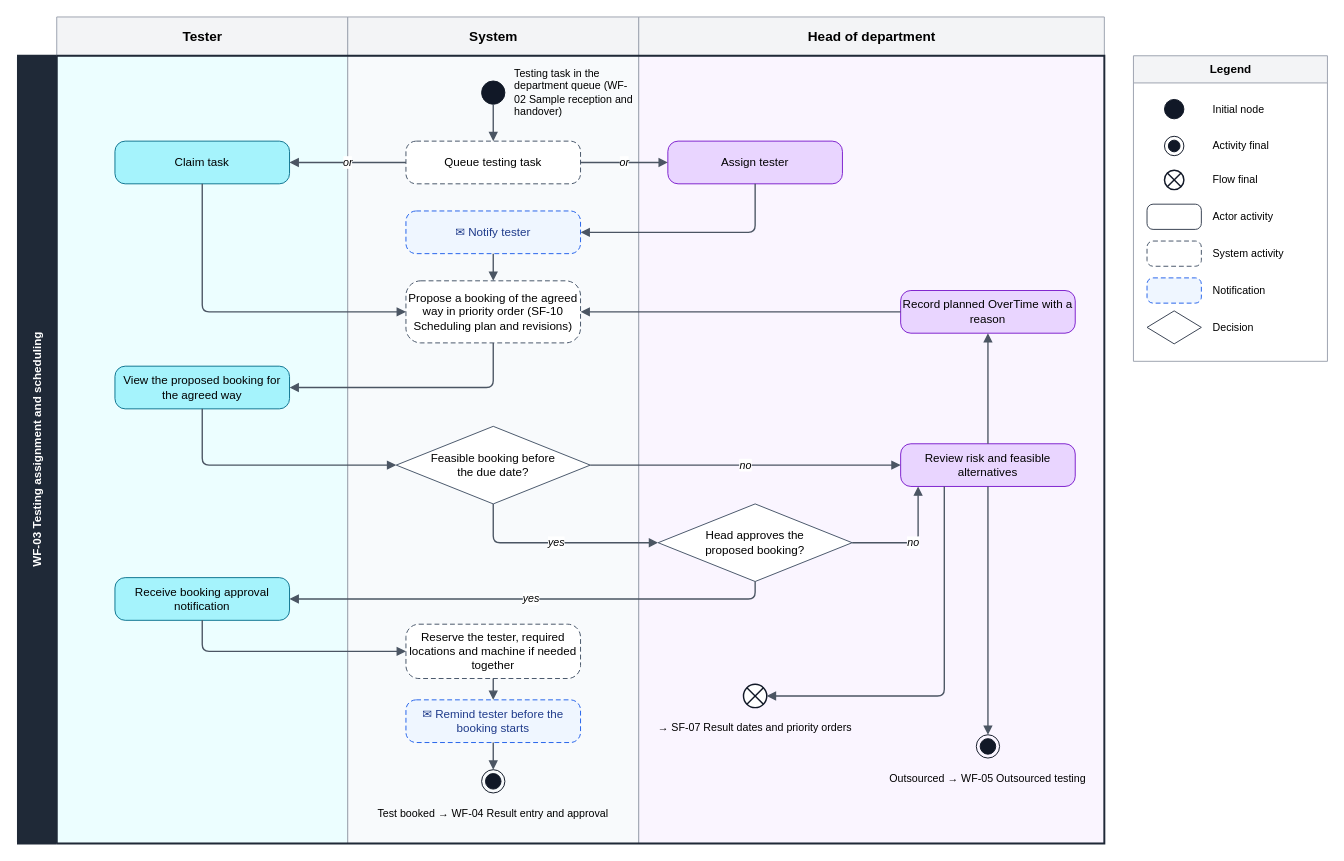
The draw.io diagram page "WF-03 Workflow" (1 of 2) of docs/reports/activity-diagram/flows-work-of-tuyen/[Flow] WF-03 Testing assignment and scheduling.drawio in SoltuneMontepre/medilab, before the edit. Source tidied: cells renumbered, new cells numbered last; positions are measured from the earlier drawing's top-left corner, leaving out a move shared by most shapes. Both pictures are drawn from the tidied source at 97%, with x=0, y=0 at pixel (17, 16).
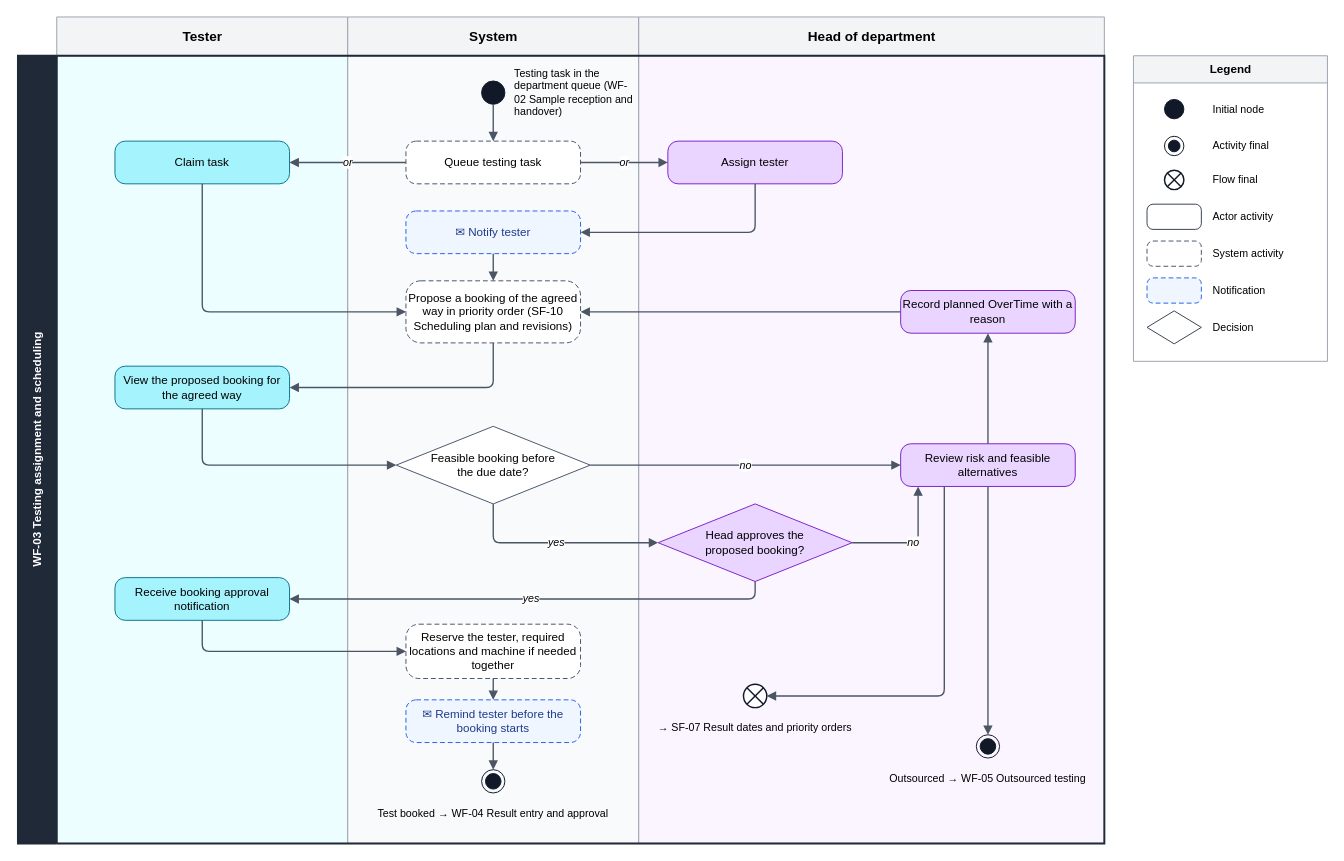
After the change.

Commit message:
[docs] Colour the WF-03 head approval decision as the head lane

Change to the diagram source:
```diff
@@
-    <mxCell id="16" value="Head approves the proposed booking?" style="rhombus;whiteSpace=wrap;html=1;fontSize=12;fillColor=#FFFFFF;strokeColor=#475569;spacingLeft=34;spacingRight=34;" parent="1" vertex="1">
+    <mxCell id="16" value="Head approves the proposed booking?" style="rhombus;whiteSpace=wrap;html=1;fontSize=12;fillColor=#E9D5FF;strokeColor=#7E22CE;spacingLeft=34;spacingRight=34;" parent="1" vertex="1">
       <mxGeometry x="660" y="502" width="200" height="80" as="geometry" />
     </mxCell>
```
